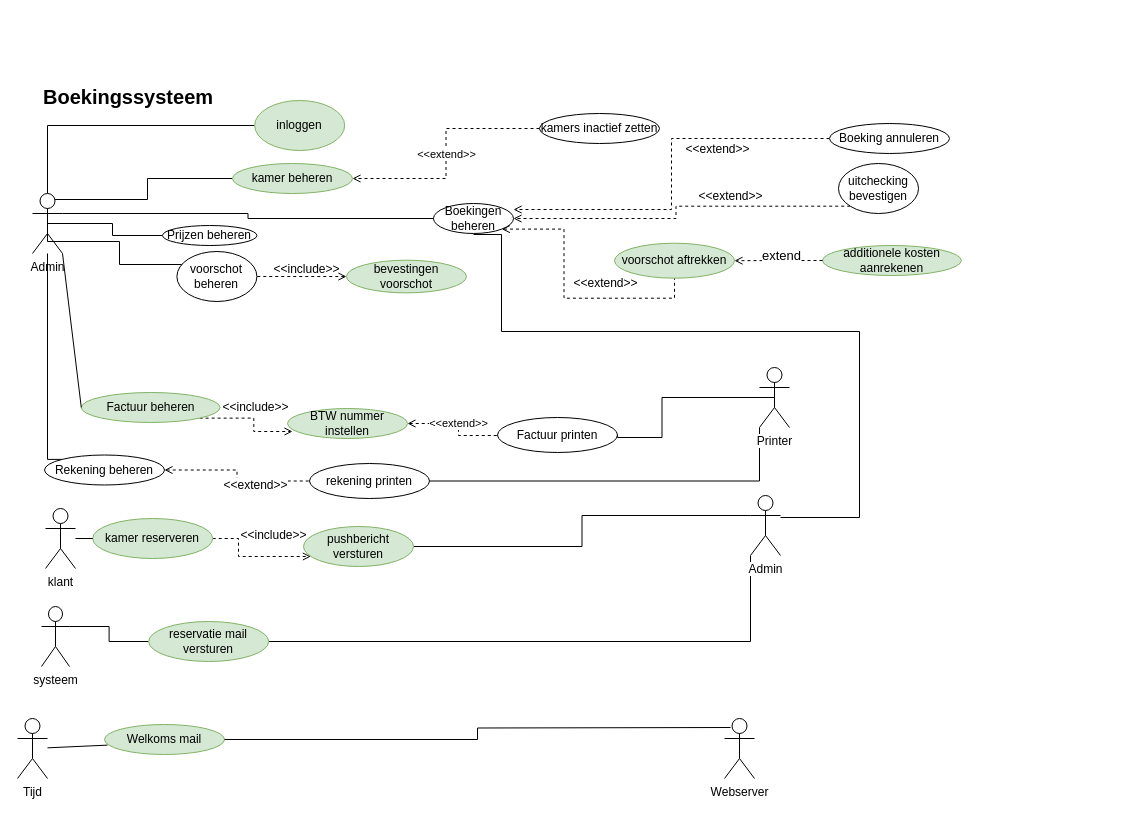
The draw.io diagram Untitled Diagram.drawio in donnie1998/thomasmore2019-2020, before the edit. Source tidied: cells renumbered, new cells numbered last; positions are measured from the earlier drawing's top-left corner, leaving out a move shared by most shapes. Both pictures are drawn from the tidied source at 100%, with x=0, y=0 at pixel (17, 86).
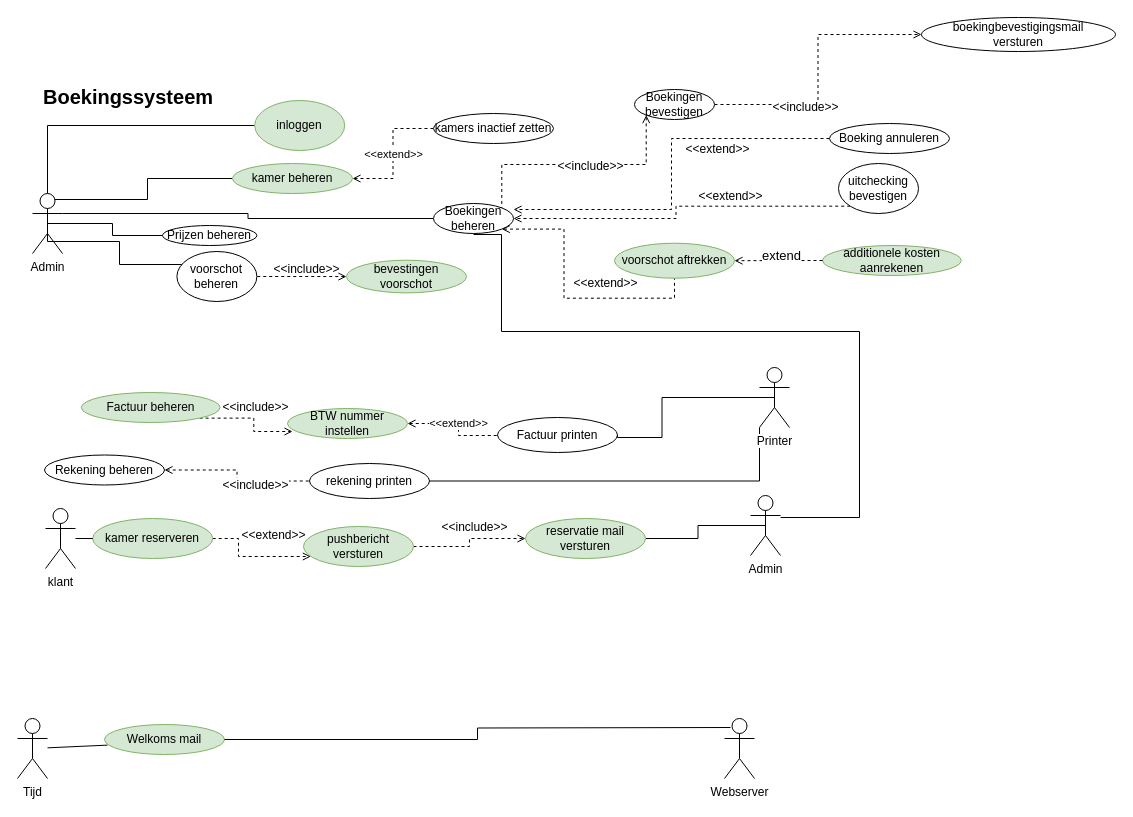
The same diagram, later.

Unchanged cells that the change refers to:
```xml
<mxCell id="11" value="Boekingen beheren" style="ellipse;whiteSpace=wrap;html=1;" parent="1" vertex="1">
  <mxGeometry x="416" y="117" width="80" height="30" as="geometry" />
</mxCell>
<mxCell id="26" value="Factuur beheren" style="ellipse;whiteSpace=wrap;html=1;fillColor=#d5e8d4;strokeColor=#82b366;" parent="1" vertex="1">
  <mxGeometry x="63.8" y="306" width="138.8" height="30" as="geometry" />
</mxCell>
<mxCell id="29" value="Admin" style="shape=umlActor;verticalLabelPosition=bottom;labelBackgroundColor=#ffffff;verticalAlign=top;html=1;outlineConnect=0;" parent="1" vertex="1">
  <mxGeometry x="15" y="107" width="30" height="60" as="geometry" />
</mxCell>
<mxCell id="36" value="pushbericht&lt;br&gt;versturen" style="ellipse;whiteSpace=wrap;html=1;fillColor=#d5e8d4;strokeColor=#82b366;" parent="1" vertex="1">
  <mxGeometry x="286" y="440" width="110" height="40" as="geometry" />
</mxCell>
<mxCell id="45" style="edgeStyle=orthogonalEdgeStyle;rounded=0;jettySize=auto;html=1;exitX=1;exitY=0.5;exitDx=0;exitDy=0;entryX=0;entryY=0.5;entryDx=0;entryDy=0;dashed=1;startArrow=open;startFill=0;endArrow=none;endFill=0;" parent="1" edge="1" source="47" target="48">
  <mxGeometry relative="1" as="geometry" />
</mxCell>
<mxCell id="47" value="Rekening beheren" style="ellipse;whiteSpace=wrap;html=1;" parent="1" vertex="1">
  <mxGeometry x="27" y="368.5" width="120" height="30" as="geometry" />
</mxCell>
<mxCell id="54" value="Admin" style="shape=umlActor;verticalLabelPosition=bottom;labelBackgroundColor=#ffffff;verticalAlign=top;html=1;outlineConnect=0;" parent="1" vertex="1">
  <mxGeometry x="733" y="409" width="30" height="60" as="geometry" />
</mxCell>
```

What changed in the source:
```diff
@@
-    <mxCell id="30" style="endArrow=none;html=1;entryX=0;entryY=0.5;entryDx=0;entryDy=0;exitX=1;exitY=1;exitDx=0;exitDy=0;exitPerimeter=0;" parent="1" edge="1" source="29" target="26">
-      <mxGeometry relative="1" as="geometry" />
-    </mxCell>
@@
-    <mxCell id="35" style="edgeStyle=orthogonalEdgeStyle;rounded=0;jettySize=auto;html=1;exitX=1;exitY=0.5;exitDx=0;exitDy=0;endArrow=none;endFill=0;entryX=0;entryY=0.3333333333333333;entryDx=0;entryDy=0;entryPerimeter=0;" parent="1" edge="1" source="36" target="54">
-      <mxGeometry relative="1" as="geometry" />
-    </mxCell>
+    <mxCell id="64" style="edgeStyle=orthogonalEdgeStyle;rounded=0;jettySize=auto;html=1;exitX=1;exitY=0.5;exitDx=0;exitDy=0;dashed=1;startArrow=none;startFill=0;endArrow=open;endFill=0;" parent="1" edge="1" source="36" target="62">
+      <mxGeometry relative="1" as="geometry">
+        <Array as="points">
+          <mxPoint x="452" y="460" />
+          <mxPoint x="452" y="452" />
+        </Array>
+      </mxGeometry>
+    </mxCell>
+    <mxCell id="65" value="&amp;lt;&amp;lt;include&amp;gt;&amp;gt;" style="text;html=1;align=center;verticalAlign=middle;labelBackgroundColor=#ffffff;" parent="64" vertex="1">
+      <mxGeometry x="0.27" y="1" relative="1" as="geometry">
+        <mxPoint x="-8" y="-11" as="offset" />
+      </mxGeometry>
+    </mxCell>
@@
-    <mxCell id="44" style="edgeStyle=orthogonalEdgeStyle;rounded=0;jettySize=auto;html=1;exitX=0;exitY=0;exitDx=0;exitDy=0;endArrow=none;endFill=0;" parent="1" edge="1" source="47" target="29">
-      <mxGeometry relative="1" as="geometry">
-        <Array as="points">
-          <mxPoint x="30" y="373" />
-        </Array>
-      </mxGeometry>
-    </mxCell>
@@
-    <mxCell id="46" value="&amp;lt;&amp;lt;extend&amp;gt;&amp;gt;" style="text;html=1;align=center;verticalAlign=middle;labelBackgroundColor=#ffffff;" parent="45" vertex="1">
+    <mxCell id="46" value="&amp;lt;&amp;lt;include&amp;gt;&amp;gt;" style="text;html=1;align=center;verticalAlign=middle;labelBackgroundColor=#ffffff;" parent="45" vertex="1">
       <mxGeometry x="0.3" y="-3" relative="1" as="geometry">
         <mxPoint y="1" as="offset" />
       </mxGeometry>
     </mxCell>
@@
     <mxCell id="52" value="kamers inactief zetten" style="ellipse;whiteSpace=wrap;html=1;" parent="1" vertex="1">
-      <mxGeometry x="522" y="27" width="120" height="30" as="geometry" />
+      <mxGeometry x="416" y="27" width="120" height="30" as="geometry" />
     </mxCell>
-    <mxCell id="53" style="edgeStyle=orthogonalEdgeStyle;rounded=0;jettySize=auto;html=1;exitX=0;exitY=1;exitDx=0;exitDy=0;exitPerimeter=0;entryX=1;entryY=0.5;entryDx=0;entryDy=0;startArrow=none;startFill=0;endArrow=none;endFill=0;" parent="1" edge="1" source="54" target="62">
-      <mxGeometry relative="1" as="geometry" />
-    </mxCell>
@@
-    <mxCell id="55" value="&amp;lt;&amp;lt;include&amp;gt;&amp;gt;" style="text;html=1;align=center;verticalAlign=middle;" parent="1" vertex="1">
-      <mxGeometry x="218.2" y="440" width="76" height="18" as="geometry" />
+    <mxCell id="55" value="&amp;lt;&amp;lt;extend&amp;gt;&amp;gt;" style="text;html=1;align=center;verticalAlign=middle;" parent="1" vertex="1">
+      <mxGeometry x="219.2" y="440" width="74" height="18" as="geometry" />
     </mxCell>
@@
-    <mxCell id="60" style="edgeStyle=orthogonalEdgeStyle;rounded=0;jettySize=auto;html=1;exitX=1;exitY=0.3333333333333333;exitDx=0;exitDy=0;exitPerimeter=0;startArrow=none;startFill=0;endArrow=none;endFill=0;" parent="1" edge="1" source="61" target="62">
-      <mxGeometry relative="1" as="geometry" />
-    </mxCell>
-    <mxCell id="61" value="systeem" style="shape=umlActor;verticalLabelPosition=bottom;labelBackgroundColor=#ffffff;verticalAlign=top;html=1;outlineConnect=0;" parent="1" vertex="1">
-      <mxGeometry x="24" y="520" width="28" height="60" as="geometry" />
-    </mxCell>
+    <mxCell id="66" style="edgeStyle=orthogonalEdgeStyle;rounded=0;jettySize=auto;html=1;exitX=1;exitY=0.5;exitDx=0;exitDy=0;dashed=1;startArrow=open;startFill=0;endArrow=open;endFill=0;strokeColor=none;" parent="1" edge="1" source="62" target="54">
+      <mxGeometry relative="1" as="geometry" />
+    </mxCell>
+    <mxCell id="67" style="edgeStyle=orthogonalEdgeStyle;rounded=0;jettySize=auto;html=1;exitX=1;exitY=0.5;exitDx=0;exitDy=0;entryX=0.5;entryY=0.5;entryDx=0;entryDy=0;entryPerimeter=0;startArrow=none;startFill=0;endArrow=none;endFill=0;" parent="1" edge="1" source="62" target="54">
+      <mxGeometry relative="1" as="geometry" />
+    </mxCell>
     <mxCell id="62" value="reservatie mail versturen" style="ellipse;whiteSpace=wrap;html=1;fillColor=#d5e8d4;strokeColor=#82b366;" parent="1" vertex="1">
-      <mxGeometry x="131.2" y="535" width="120" height="40" as="geometry" />
+      <mxGeometry x="508" y="432" width="120" height="40" as="geometry" />
     </mxCell>
@@
+    <mxCell id="68" value="boekingbevestigingsmail&lt;br&gt;versturen" style="ellipse;whiteSpace=wrap;html=1;" parent="1" vertex="1">
+      <mxGeometry x="904" y="-69" width="194" height="34" as="geometry" />
+    </mxCell>
+    <mxCell id="69" style="edgeStyle=orthogonalEdgeStyle;rounded=0;jettySize=auto;html=1;exitX=0;exitY=1;exitDx=0;exitDy=0;entryX=1;entryY=0;entryDx=0;entryDy=0;startArrow=open;startFill=0;endArrow=none;endFill=0;dashed=1;" parent="1" edge="1" source="73" target="11">
+      <mxGeometry relative="1" as="geometry">
+        <Array as="points">
+          <mxPoint x="629" y="78" />
+          <mxPoint x="484" y="78" />
+        </Array>
+      </mxGeometry>
+    </mxCell>
+    <mxCell id="70" value="&amp;lt;&amp;lt;include&amp;gt;&amp;gt;" style="text;html=1;align=center;verticalAlign=middle;labelBackgroundColor=#ffffff;" parent="69" vertex="1">
+      <mxGeometry x="-0.11" y="1" relative="1" as="geometry" />
+    </mxCell>
+    <mxCell id="71" style="edgeStyle=orthogonalEdgeStyle;rounded=0;jettySize=auto;html=1;exitX=1;exitY=0.5;exitDx=0;exitDy=0;entryX=0;entryY=0.5;entryDx=0;entryDy=0;startArrow=none;startFill=0;endArrow=open;endFill=0;dashed=1;" parent="1" edge="1" source="73" target="68">
+      <mxGeometry relative="1" as="geometry" />
+    </mxCell>
+    <mxCell id="72" value="&amp;lt;&amp;lt;include&amp;gt;&amp;gt;" style="text;html=1;align=center;verticalAlign=middle;labelBackgroundColor=#ffffff;" parent="71" vertex="1">
+      <mxGeometry x="-0.35" y="-2" relative="1" as="geometry" />
+    </mxCell>
+    <mxCell id="73" value="Boekingen bevestigen" style="ellipse;whiteSpace=wrap;html=1;" parent="1" vertex="1">
+      <mxGeometry x="617" y="3" width="80" height="30" as="geometry" />
+    </mxCell>
```
